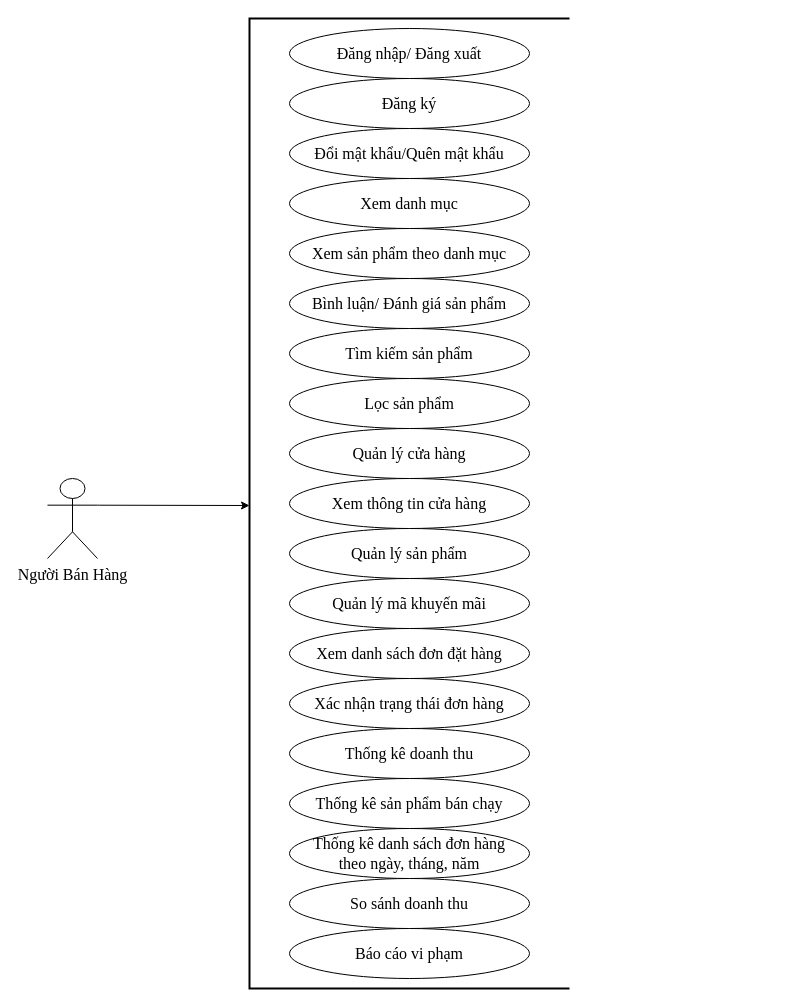
The draw.io diagram usecase2.drawio in nguyenthanhdat22012001/project-ecommerce, before the edit. Source tidied: cells renumbered, new cells numbered last; positions are measured from the earlier drawing's top-left corner, leaving out a move shared by most shapes. Both pictures are drawn from the tidied source at 100%, with x=0, y=0 at pixel (47, 18).
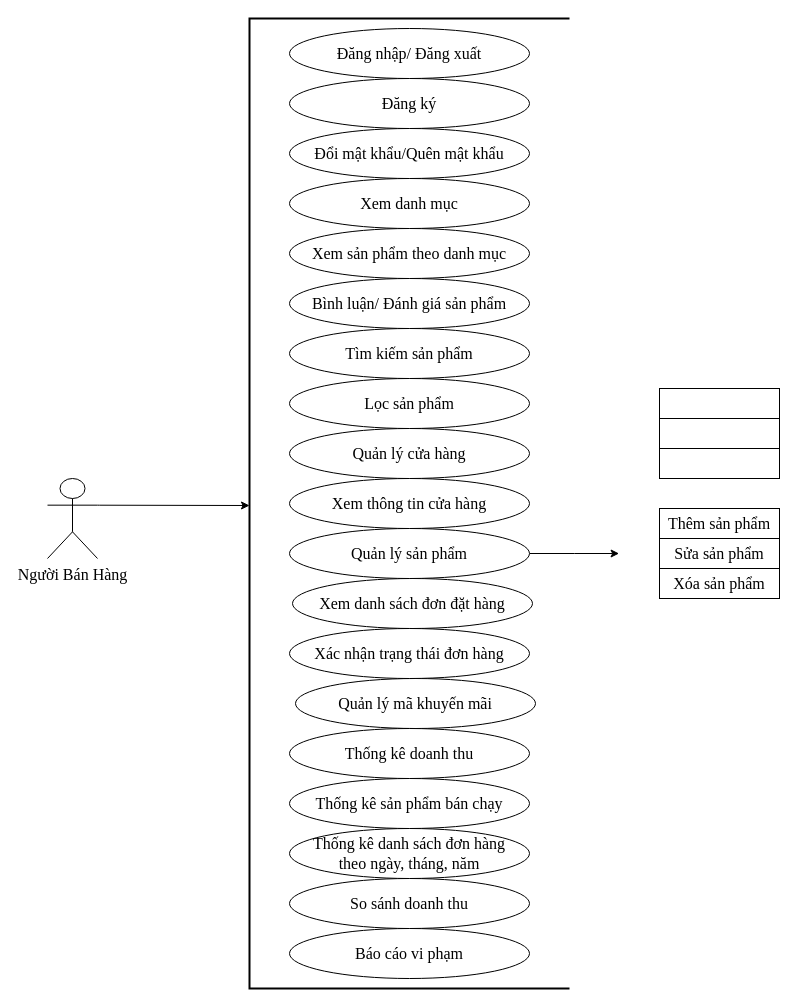
Above is the later version.

The change refers to these unchanged cells:
```xml
<mxCell id="23" value="Quản lý sản phẩm" style="ellipse;whiteSpace=wrap;html=1;fontFamily=Times New Roman;fontSize=16;" parent="1" vertex="1">
  <mxGeometry x="242" y="510" width="240" height="50" as="geometry" />
</mxCell>
```

Diff of the diagram source:
```diff
@@
     <mxCell id="12" value="Xem danh sách đơn đặt hàng" style="ellipse;whiteSpace=wrap;html=1;fontFamily=Times New Roman;fontSize=16;" parent="1" vertex="1">
-      <mxGeometry x="242" y="610" width="240" height="50" as="geometry" />
+      <mxGeometry x="245" y="560" width="240" height="50" as="geometry" />
     </mxCell>
     <mxCell id="13" value="Quản lý mã khuyến mãi" style="ellipse;whiteSpace=wrap;html=1;fontFamily=Times New Roman;fontSize=16;" parent="1" vertex="1">
-      <mxGeometry x="242" y="560" width="240" height="50" as="geometry" />
+      <mxGeometry x="248" y="660" width="240" height="50" as="geometry" />
     </mxCell>
@@
     <mxCell id="15" value="Xác nhận trạng thái đơn hàng" style="ellipse;whiteSpace=wrap;html=1;fontFamily=Times New Roman;fontSize=16;" parent="1" vertex="1">
-      <mxGeometry x="242" y="660" width="240" height="50" as="geometry" />
+      <mxGeometry x="242" y="610" width="240" height="50" as="geometry" />
     </mxCell>
@@
+    <mxCell id="24" style="edgeStyle=orthogonalEdgeStyle;rounded=0;jettySize=auto;html=1;fontFamily=Times New Roman;fontSize=16;" parent="1" edge="1" source="23">
+      <mxGeometry relative="1" as="geometry">
+        <mxPoint x="571.6" y="535" as="targetPoint" />
+      </mxGeometry>
+    </mxCell>
@@
+    <mxCell id="25" value="Thêm sản phẩm" style="rounded=0;whiteSpace=wrap;html=1;fontFamily=Times New Roman;fontSize=16;" parent="1" vertex="1">
+      <mxGeometry x="612" y="490" width="120" height="30" as="geometry" />
+    </mxCell>
+    <mxCell id="26" value="Sửa sản phẩm" style="rounded=0;whiteSpace=wrap;html=1;fontFamily=Times New Roman;fontSize=16;" parent="1" vertex="1">
+      <mxGeometry x="612" y="520" width="120" height="30" as="geometry" />
+    </mxCell>
+    <mxCell id="27" value="Xóa sản phẩm" style="rounded=0;whiteSpace=wrap;html=1;fontFamily=Times New Roman;fontSize=16;" parent="1" vertex="1">
+      <mxGeometry x="612" y="550" width="120" height="30" as="geometry" />
+    </mxCell>
+    <mxCell id="28" style="rounded=0;whiteSpace=wrap;html=1;fontFamily=Times New Roman;fontSize=16;" parent="1" vertex="1">
+      <mxGeometry x="612" y="370" width="120" height="30" as="geometry" />
+    </mxCell>
+    <mxCell id="29" style="rounded=0;whiteSpace=wrap;html=1;fontFamily=Times New Roman;fontSize=16;" parent="1" vertex="1">
+      <mxGeometry x="612" y="400" width="120" height="30" as="geometry" />
+    </mxCell>
+    <mxCell id="30" style="rounded=0;whiteSpace=wrap;html=1;fontFamily=Times New Roman;fontSize=16;" parent="1" vertex="1">
+      <mxGeometry x="612" y="430" width="120" height="30" as="geometry" />
+    </mxCell>
```
